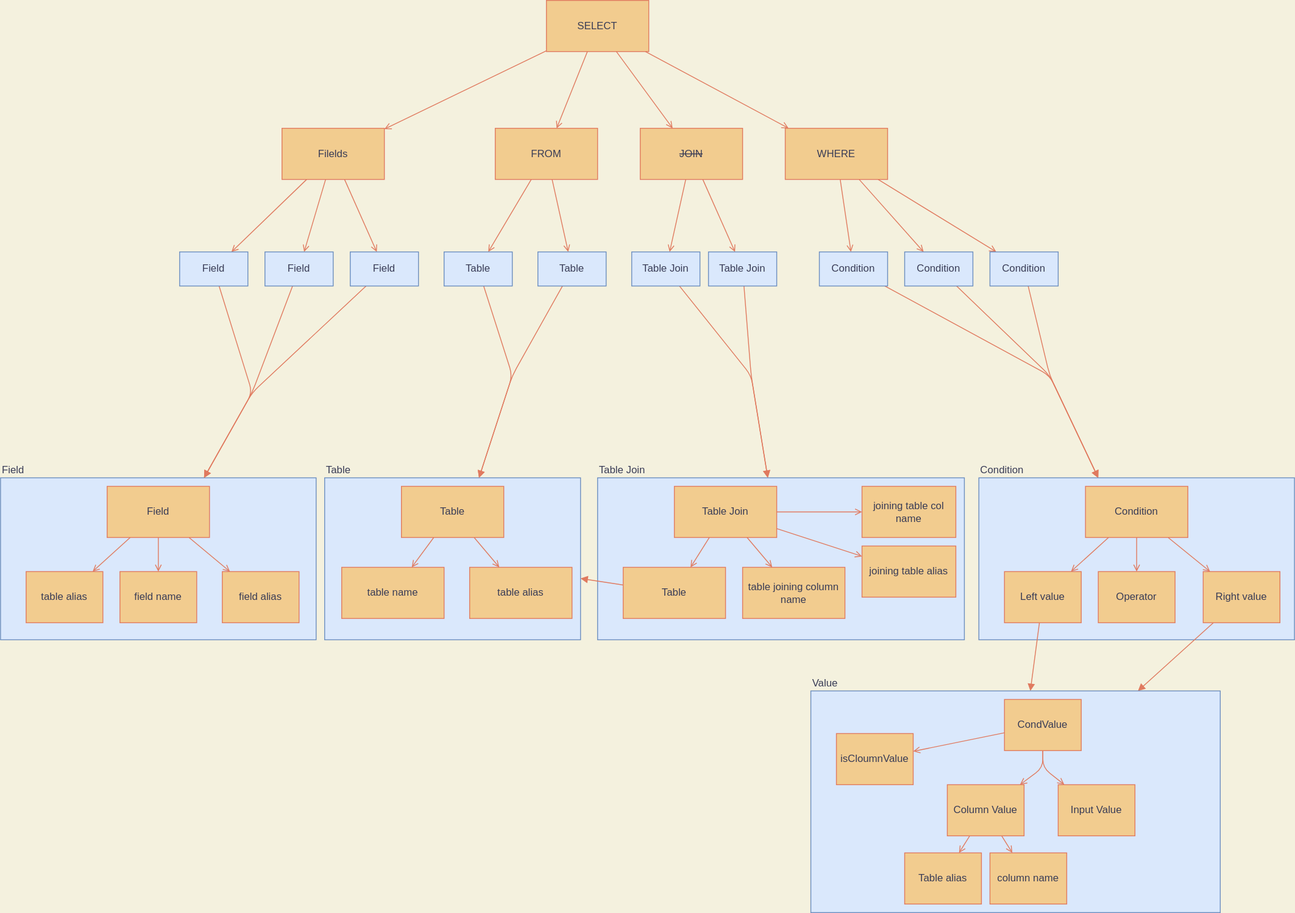
Earlier version of the draw.io export documentacion/parse/select_parse_tree.svg (Harry29-exe/HomegrownDB). Source tidied: cells renumbered, new cells last; positions are measured from the earlier drawing's top-left corner, leaving out a move shared by most shapes.
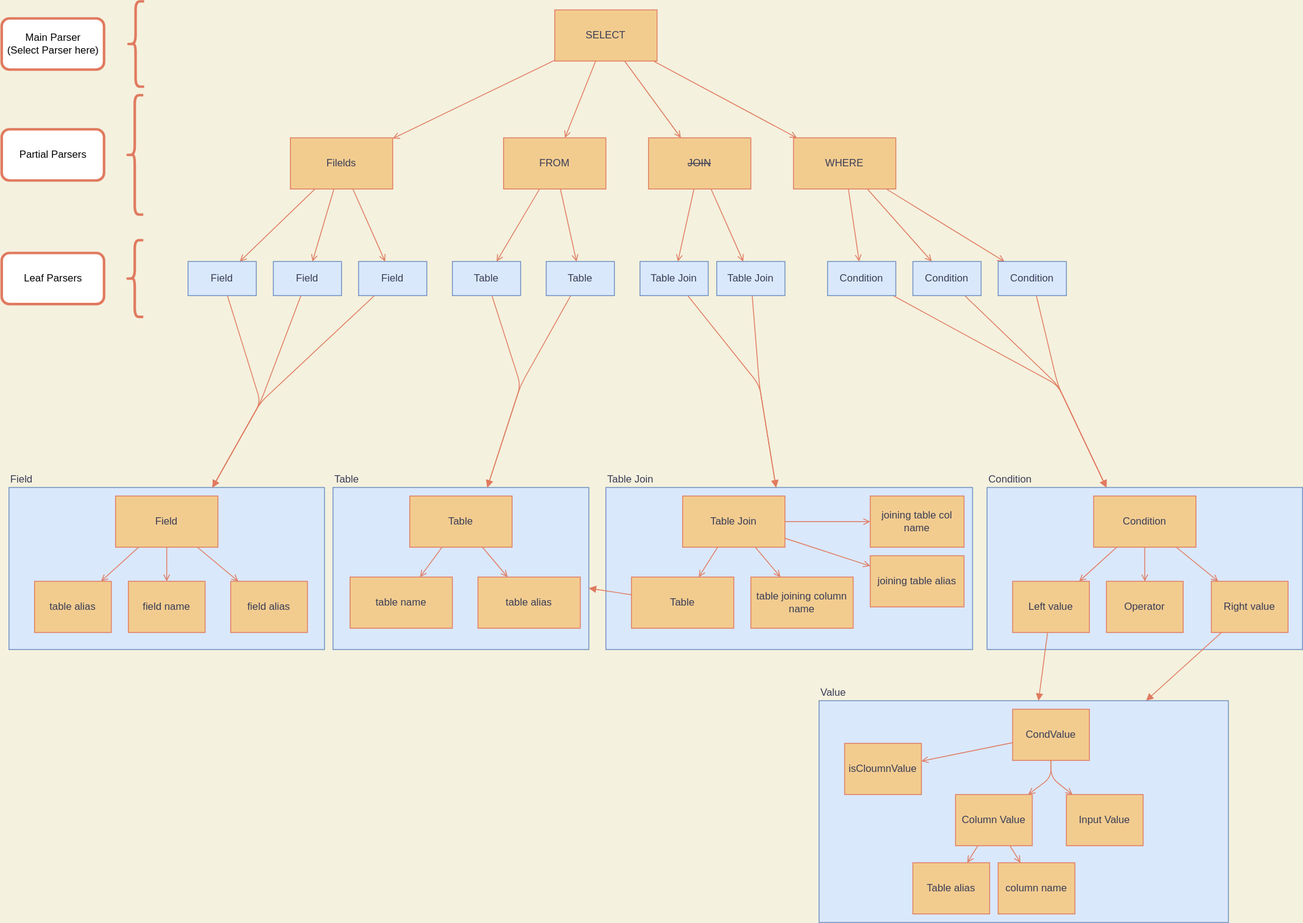
Above is the later version.

Commit message:
added parser hierarch (both in code and on the diagram)

The edit, as a diff of the source:
```diff
@@ -308,5 +308,23 @@
     <mxCell id="87" value="column name" style="rounded=0;whiteSpace=wrap;html=1;sketch=0;strokeColor=#E07A5F;fillColor=#F2CC8F;align=center;fontColor=#393C56;" parent="1" vertex="1">
       <mxGeometry x="1160" y="1000" width="90" height="60" as="geometry" />
     </mxCell>
+    <mxCell id="88" style="shape=curlyBracket;whiteSpace=wrap;html=1;rounded=1;strokeColor=#E07A5F;strokeWidth=3;" parent="1" vertex="1">
+      <mxGeometry x="138.5" y="-10" width="20" height="100" as="geometry" />
+    </mxCell>
+    <mxCell id="89" value="Main Parser&lt;br&gt;(Select Parser here)" style="rounded=1;whiteSpace=wrap;html=1;strokeColor=#E07A5F;strokeWidth=3;" parent="1" vertex="1">
+      <mxGeometry x="-8.5" y="10" width="120" height="60" as="geometry" />
+    </mxCell>
+    <mxCell id="90" style="shape=curlyBracket;whiteSpace=wrap;html=1;rounded=1;strokeColor=#E07A5F;strokeWidth=3;" parent="1" vertex="1">
+      <mxGeometry x="137.5" y="100" width="20" height="140" as="geometry" />
+    </mxCell>
+    <mxCell id="91" value="Partial Parsers" style="rounded=1;whiteSpace=wrap;html=1;strokeColor=#E07A5F;strokeWidth=3;" parent="1" vertex="1">
+      <mxGeometry x="-8.5" y="140" width="120" height="60" as="geometry" />
+    </mxCell>
+    <mxCell id="92" value="Leaf Parsers" style="rounded=1;whiteSpace=wrap;html=1;strokeColor=#E07A5F;strokeWidth=3;" parent="1" vertex="1">
+      <mxGeometry x="-8.5" y="285" width="120" height="60" as="geometry" />
+    </mxCell>
+    <mxCell id="93" style="shape=curlyBracket;whiteSpace=wrap;html=1;rounded=1;strokeColor=#E07A5F;strokeWidth=3;" parent="1" vertex="1">
+      <mxGeometry x="137.5" y="270" width="20" height="90" as="geometry" />
+    </mxCell>
   </root>
 </mxGraphModel>
```
